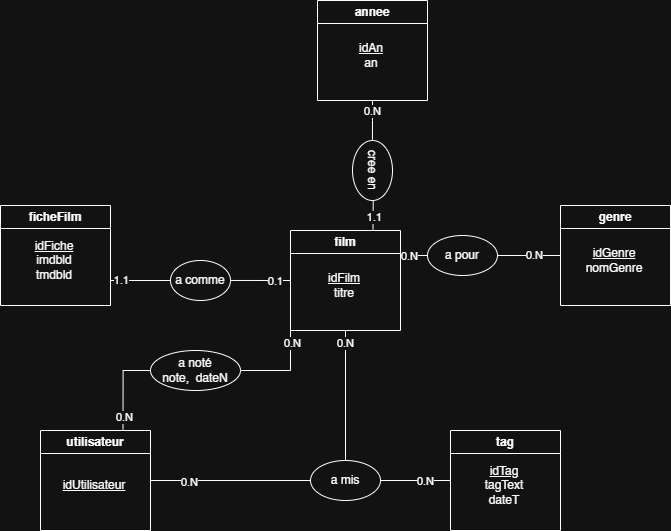
Above: images/MEA.png in cynhlfn/projetSAE (draw.io), before the change. Source tidied: cells renumbered, new cells last; positions are measured from the earlier drawing's top-left corner, leaving out a move shared by most shapes.
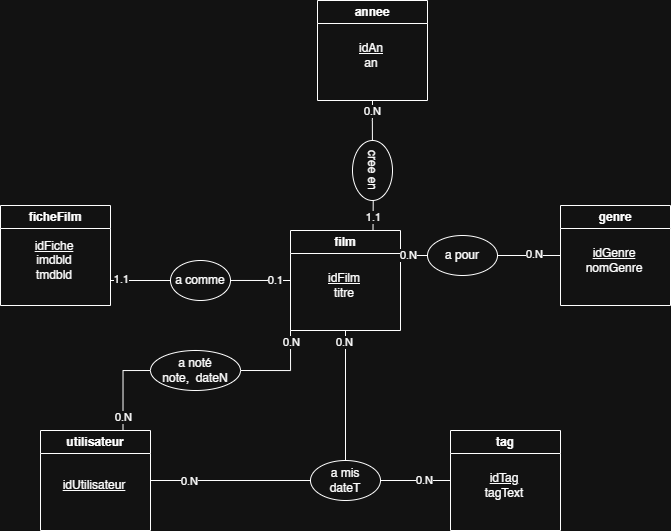
After the commit.

The edit, as a diff of the source:
```diff
@@ -53,7 +53,7 @@
     <mxCell id="18" value="tag" style="swimlane;whiteSpace=wrap;html=1;" parent="1" vertex="1">
       <mxGeometry x="450" y="430" width="110" height="100" as="geometry" />
     </mxCell>
-    <mxCell id="19" value="&lt;u&gt;idTag&lt;/u&gt;&lt;div&gt;tagText&lt;/div&gt;&lt;div&gt;dateT&lt;/div&gt;" style="text;html=1;whiteSpace=wrap;strokeColor=none;fillColor=none;align=center;verticalAlign=middle;rounded=0;" parent="18" vertex="1">
+    <mxCell id="19" value="&lt;u&gt;idTag&lt;/u&gt;&lt;div&gt;tagText&lt;/div&gt;" style="text;html=1;whiteSpace=wrap;strokeColor=none;fillColor=none;align=center;verticalAlign=middle;rounded=0;" parent="18" vertex="1">
       <mxGeometry x="24" y="40" width="60" height="30" as="geometry" />
     </mxCell>
     <mxCell id="20" style="edgeStyle=orthogonalEdgeStyle;rounded=0;jettySize=auto;html=1;exitX=1;exitY=0.5;exitDx=0;exitDy=0;entryX=0;entryY=0.5;entryDx=0;entryDy=0;endArrow=none;endFill=0;" parent="1" edge="1" target="8">
@@ -109,7 +109,7 @@
     <mxCell id="36" value="0.N" style="edgeLabel;html=1;align=center;verticalAlign=middle;" parent="35" vertex="1">
       <mxGeometry x="0.24" relative="1" as="geometry" />
     </mxCell>
-    <mxCell id="37" value="a mis" style="ellipse;whiteSpace=wrap;html=1;" parent="1" vertex="1">
+    <mxCell id="37" value="a mis&lt;br&gt;dateT" style="ellipse;whiteSpace=wrap;html=1;" parent="1" vertex="1">
       <mxGeometry x="310" y="460" width="70" height="40" as="geometry" />
     </mxCell>
     <mxCell id="38" style="edgeStyle=orthogonalEdgeStyle;rounded=0;jettySize=auto;html=1;entryX=0;entryY=0.5;entryDx=0;entryDy=0;exitX=0.75;exitY=0;exitDx=0;exitDy=0;endArrow=none;endFill=0;" parent="1" edge="1" source="12" target="40">
```
